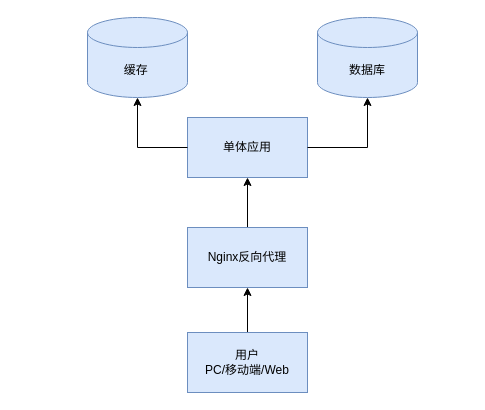
Before: 单体应用.drawio in wei63w/ArchitectureDiagram, a draw.io diagram. Source tidied: cells renumbered, new cells numbered last; positions are measured from the earlier drawing's top-left corner, leaving out a move shared by most shapes. Both pictures are drawn from the tidied source at 100%, with x=0, y=0 at pixel (87, 17).
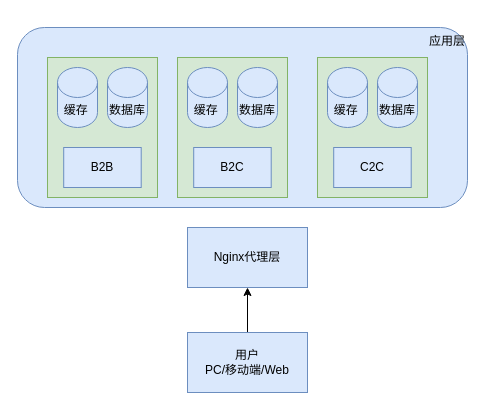
The same diagram, later.

Commit message:
更新单体应用.drawio

Change to the diagram source:
```diff
@@
-    <mxCell id="4" style="edgeStyle=orthogonalEdgeStyle;rounded=0;jettySize=auto;html=1;exitX=0.5;exitY=0;exitDx=0;exitDy=0;entryX=0.5;entryY=1;entryDx=0;entryDy=0;" parent="1" edge="1" source="5" target="6">
-      <mxGeometry relative="1" as="geometry" />
-    </mxCell>
-    <mxCell id="5" value="Nginx反向代理" style="rounded=0;whiteSpace=wrap;html=1;fillColor=#dae8fc;strokeColor=#6c8ebf;" parent="1" vertex="1">
+    <mxCell id="5" value="Nginx代理层" style="rounded=0;whiteSpace=wrap;html=1;fillColor=#dae8fc;strokeColor=#6c8ebf;" parent="1" vertex="1">
       <mxGeometry x="100" y="210" width="120" height="60" as="geometry" />
     </mxCell>
-    <mxCell id="6" value="单体应用" style="rounded=0;whiteSpace=wrap;html=1;fillColor=#dae8fc;strokeColor=#6c8ebf;" parent="1" vertex="1">
-      <mxGeometry x="100" y="100" width="120" height="60" as="geometry" />
-    </mxCell>
+    <mxCell id="11" value="应用层" style="rounded=1;whiteSpace=wrap;html=1;align=right;verticalAlign=top;fillColor=#dae8fc;strokeColor=#6c8ebf;" parent="1" vertex="1">
+      <mxGeometry x="-70" y="10" width="450" height="180" as="geometry" />
+    </mxCell>
+    <mxCell id="12" style="group;fillColor=#d5e8d4;strokeColor=#82b366;" parent="1" vertex="1">
+      <mxGeometry x="-40" y="40" width="110" height="140" as="geometry" />
+    </mxCell>
+    <mxCell id="13" style="rounded=0;whiteSpace=wrap;html=1;fillColor=#d5e8d4;strokeColor=#82b366;" parent="12" vertex="1">
+      <mxGeometry width="110" height="140" as="geometry" />
+    </mxCell>
+    <mxCell id="14" value="B2B" style="rounded=0;whiteSpace=wrap;html=1;fillColor=#dae8fc;strokeColor=#6c8ebf;" parent="12" vertex="1">
+      <mxGeometry x="16.2" y="90" width="77.5" height="40" as="geometry" />
+    </mxCell>
-    <mxCell id="7" value="缓存&lt;span style=&quot;white-space: pre;&quot;&gt;&#9;&lt;/span&gt;" style="shape=cylinder3;whiteSpace=wrap;html=1;boundedLbl=1;backgroundOutline=1;size=15;fillColor=#dae8fc;strokeColor=#6c8ebf;" parent="1" vertex="1">
-      <mxGeometry width="100" height="80" as="geometry" />
+    <mxCell id="7" value="缓存&lt;span style=&quot;white-space: pre;&quot;&gt;&#9;&lt;/span&gt;" style="shape=cylinder3;whiteSpace=wrap;html=1;boundedLbl=1;backgroundOutline=1;size=15;fillColor=#dae8fc;strokeColor=#6c8ebf;" parent="12" vertex="1">
+      <mxGeometry x="10" y="10" width="40" height="60" as="geometry" />
     </mxCell>
-    <mxCell id="8" value="数据库" style="shape=cylinder3;whiteSpace=wrap;html=1;boundedLbl=1;backgroundOutline=1;size=15;fillColor=#dae8fc;strokeColor=#6c8ebf;" parent="1" vertex="1">
-      <mxGeometry x="230" width="100" height="80" as="geometry" />
+    <mxCell id="8" value="数据库" style="shape=cylinder3;whiteSpace=wrap;html=1;boundedLbl=1;backgroundOutline=1;size=15;fillColor=#dae8fc;strokeColor=#6c8ebf;" parent="12" vertex="1">
+      <mxGeometry x="60" y="10" width="40" height="60" as="geometry" />
     </mxCell>
-    <mxCell id="9" style="edgeStyle=orthogonalEdgeStyle;rounded=0;jettySize=auto;html=1;exitX=0;exitY=0.5;exitDx=0;exitDy=0;entryX=0.5;entryY=1;entryDx=0;entryDy=0;entryPerimeter=0;" parent="1" edge="1" source="6" target="7">
-      <mxGeometry relative="1" as="geometry" />
-    </mxCell>
-    <mxCell id="10" style="edgeStyle=orthogonalEdgeStyle;rounded=0;jettySize=auto;html=1;exitX=1;exitY=0.5;exitDx=0;exitDy=0;entryX=0.5;entryY=1;entryDx=0;entryDy=0;entryPerimeter=0;" parent="1" edge="1" source="6" target="8">
-      <mxGeometry relative="1" as="geometry" />
-    </mxCell>
+    <mxCell id="15" style="group;fillColor=#d5e8d4;strokeColor=#82b366;" parent="1" vertex="1">
+      <mxGeometry x="90" y="40" width="110" height="140" as="geometry" />
+    </mxCell>
+    <mxCell id="16" style="rounded=0;whiteSpace=wrap;html=1;fillColor=#d5e8d4;strokeColor=#82b366;" parent="15" vertex="1">
+      <mxGeometry width="110" height="140" as="geometry" />
+    </mxCell>
+    <mxCell id="17" value="B2C" style="rounded=0;whiteSpace=wrap;html=1;fillColor=#dae8fc;strokeColor=#6c8ebf;" parent="15" vertex="1">
+      <mxGeometry x="16.2" y="90" width="77.5" height="40" as="geometry" />
+    </mxCell>
+    <mxCell id="18" value="缓存&lt;span style=&quot;white-space: pre;&quot;&gt;&#9;&lt;/span&gt;" style="shape=cylinder3;whiteSpace=wrap;html=1;boundedLbl=1;backgroundOutline=1;size=15;fillColor=#dae8fc;strokeColor=#6c8ebf;" parent="15" vertex="1">
+      <mxGeometry x="10" y="10" width="40" height="60" as="geometry" />
+    </mxCell>
+    <mxCell id="19" value="数据库" style="shape=cylinder3;whiteSpace=wrap;html=1;boundedLbl=1;backgroundOutline=1;size=15;fillColor=#dae8fc;strokeColor=#6c8ebf;" parent="15" vertex="1">
+      <mxGeometry x="60" y="10" width="40" height="60" as="geometry" />
+    </mxCell>
+    <mxCell id="20" style="group;fillColor=#d5e8d4;strokeColor=#82b366;" parent="1" vertex="1">
+      <mxGeometry x="230" y="40" width="110" height="140" as="geometry" />
+    </mxCell>
+    <mxCell id="21" style="rounded=0;whiteSpace=wrap;html=1;fillColor=#d5e8d4;strokeColor=#82b366;" parent="20" vertex="1">
+      <mxGeometry width="110" height="140" as="geometry" />
+    </mxCell>
+    <mxCell id="22" value="C2C" style="rounded=0;whiteSpace=wrap;html=1;fillColor=#dae8fc;strokeColor=#6c8ebf;" parent="20" vertex="1">
+      <mxGeometry x="16.2" y="90" width="77.5" height="40" as="geometry" />
+    </mxCell>
+    <mxCell id="23" value="缓存&lt;span style=&quot;white-space: pre;&quot;&gt;&#9;&lt;/span&gt;" style="shape=cylinder3;whiteSpace=wrap;html=1;boundedLbl=1;backgroundOutline=1;size=15;fillColor=#dae8fc;strokeColor=#6c8ebf;" parent="20" vertex="1">
+      <mxGeometry x="10" y="10" width="40" height="60" as="geometry" />
+    </mxCell>
+    <mxCell id="24" value="数据库" style="shape=cylinder3;whiteSpace=wrap;html=1;boundedLbl=1;backgroundOutline=1;size=15;fillColor=#dae8fc;strokeColor=#6c8ebf;" parent="20" vertex="1">
+      <mxGeometry x="60" y="10" width="40" height="60" as="geometry" />
+    </mxCell>
```
